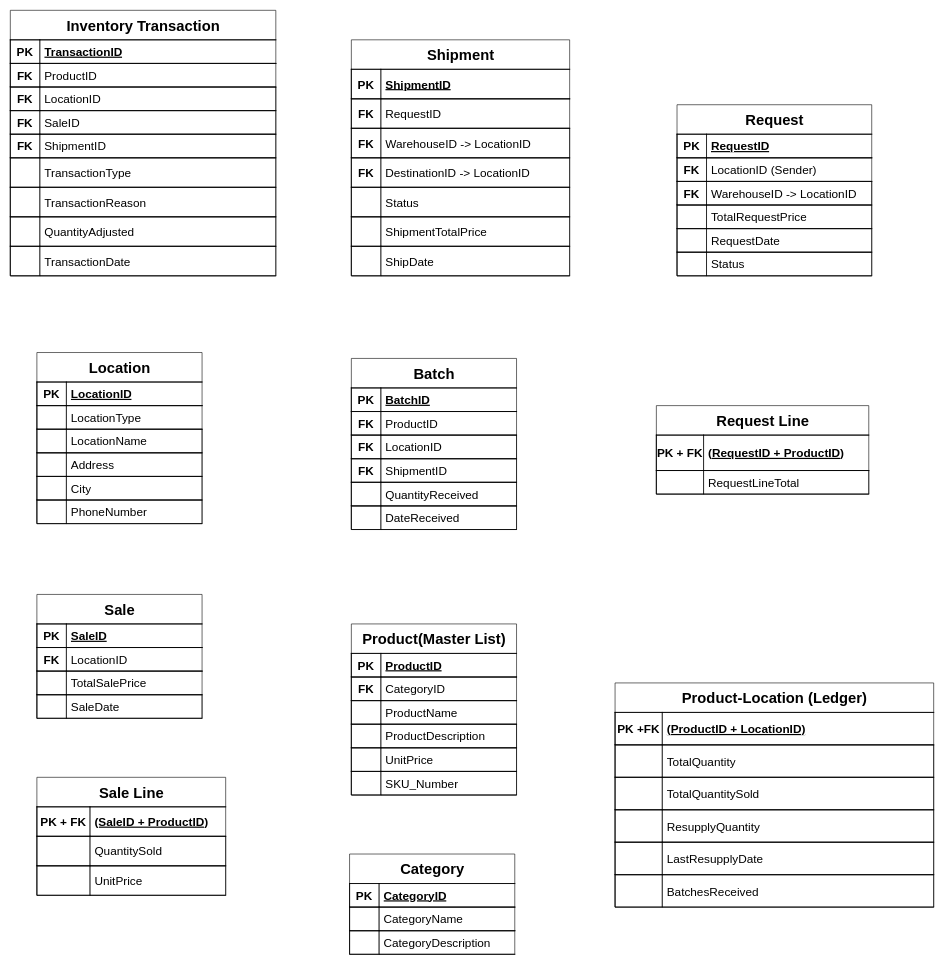
Before: GroceryERD.drawio in popados/01_diagrams, a draw.io diagram. Source tidied: cells renumbered, new cells numbered last; positions are measured from the earlier drawing's top-left corner, leaving out a move shared by most shapes. Both pictures are drawn from the tidied source at 59%, with x=0, y=0 at pixel (10, 10).
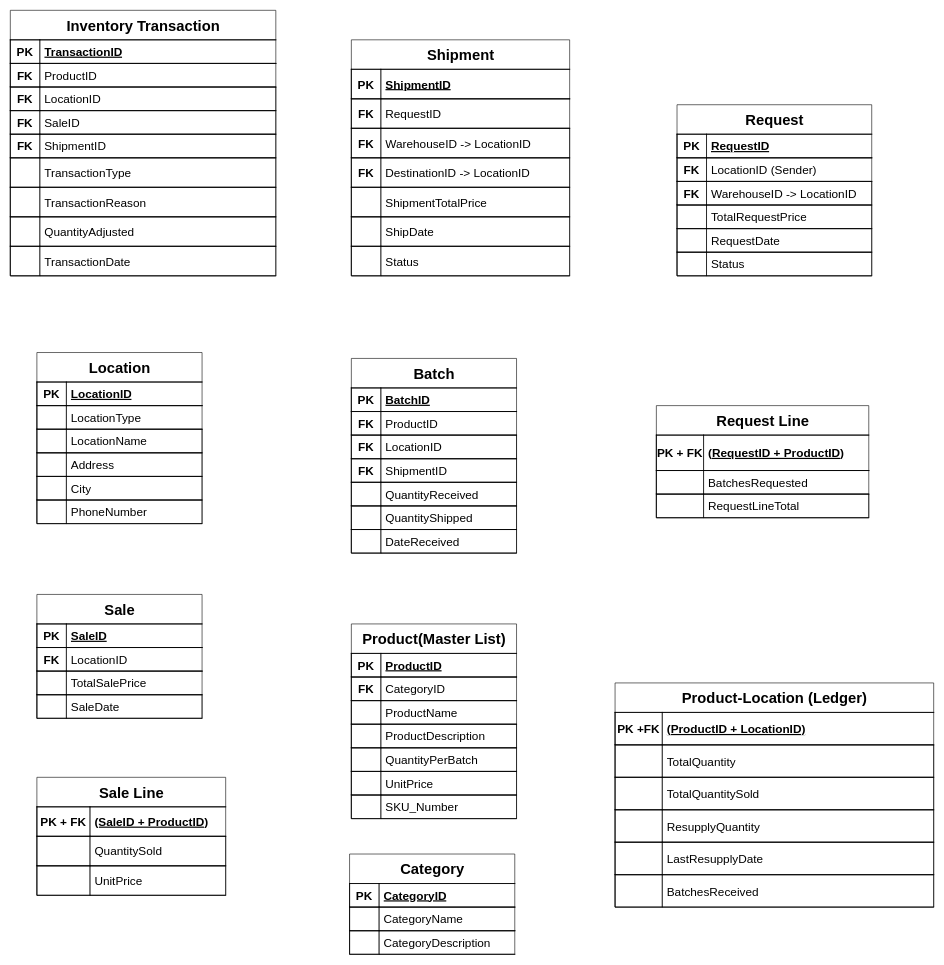
The same diagram, later.

Commit message:
tables corrected

Unchanged cells that the change refers to:
```xml
<mxCell id="95" value="Shipment" style="shape=table;startSize=50;childLayout=tableLayout;rowLines=0;fontStyle=1;align=center;html=1;right=1;left=1;bottom=1;top=1;resizeLastRow=1;fontSize=25;" parent="1" vertex="1">
  <mxGeometry x="578" y="50" width="370" height="400" as="geometry" />
</mxCell>
```

Change to the diagram source:
```diff
@@
     <mxCell id="31" value="Product(Master List)" style="shape=table;startSize=50;childLayout=tableLayout;rowLines=0;fontStyle=1;align=center;html=1;right=1;left=1;bottom=1;top=1;resizeLastRow=1;fontSize=25;" parent="1" vertex="1">
-      <mxGeometry x="578" y="1040" width="280" height="290" as="geometry" />
+      <mxGeometry x="578" y="1040" width="280" height="330" as="geometry" />
     </mxCell>
@@
+    <mxCell id="187" style="shape=tableRow;horizontal=0;startSize=0;swimlaneHead=0;swimlaneBody=0;fillColor=none;top=1;left=1;right=0;bottom=1;" parent="31" vertex="1">
+      <mxGeometry y="210" width="280" height="40" as="geometry" />
+    </mxCell>
+    <mxCell id="188" style="shape=partialRectangle;fillColor=none;top=1;left=1;bottom=1;right=0;overflow=hidden;whiteSpace=wrap;html=1;fontSize=20;" parent="187" vertex="1">
+      <mxGeometry width="50" height="40" as="geometry" />
+    </mxCell>
+    <mxCell id="189" value="QuantityPerBatch" style="shape=partialRectangle;fillColor=none;top=1;left=1;bottom=1;right=1;align=left;spacingLeft=6;overflow=hidden;whiteSpace=wrap;html=1;fontSize=20;" parent="187" vertex="1">
+      <mxGeometry x="50" width="230" height="40" as="geometry" />
+    </mxCell>
     <mxCell id="44" style="shape=tableRow;horizontal=0;startSize=0;swimlaneHead=0;swimlaneBody=0;fillColor=none;top=1;left=1;right=0;bottom=1;" parent="31" vertex="1">
-      <mxGeometry y="210" width="280" height="40" as="geometry" />
+      <mxGeometry y="250" width="280" height="40" as="geometry" />
     </mxCell>
@@
     <mxCell id="47" style="shape=tableRow;horizontal=0;startSize=0;swimlaneHead=0;swimlaneBody=0;fillColor=none;top=1;left=1;right=0;bottom=1;" parent="31" vertex="1">
-      <mxGeometry y="250" width="280" height="40" as="geometry" />
+      <mxGeometry y="290" width="280" height="40" as="geometry" />
     </mxCell>
@@
     <mxCell id="88" value="Request Line" style="shape=table;startSize=50;childLayout=tableLayout;rowLines=0;fontStyle=1;align=center;html=1;right=1;left=1;bottom=1;top=1;resizeLastRow=1;fontSize=25;" parent="1" vertex="1">
-      <mxGeometry x="1095" y="670" width="360" height="150" as="geometry" />
+      <mxGeometry x="1095" y="670" width="360" height="190" as="geometry" />
     </mxCell>
@@
+    <mxCell id="190" style="shape=tableRow;horizontal=0;startSize=0;swimlaneHead=0;swimlaneBody=0;fillColor=none;top=1;left=1;right=0;bottom=1;" parent="88" vertex="1">
+      <mxGeometry y="110" width="360" height="40" as="geometry" />
+    </mxCell>
+    <mxCell id="191" style="shape=partialRectangle;fillColor=none;top=1;left=1;bottom=1;right=0;fontStyle=1;overflow=hidden;whiteSpace=wrap;html=1;fontSize=20;" parent="190" vertex="1">
+      <mxGeometry width="80" height="40" as="geometry" />
+    </mxCell>
+    <mxCell id="192" value="BatchesRequested" style="shape=partialRectangle;fillColor=none;top=1;left=1;bottom=1;right=0;align=left;spacingLeft=6;fontStyle=0;overflow=hidden;whiteSpace=wrap;html=1;fontSize=20;" parent="190" vertex="1">
+      <mxGeometry x="80" width="280" height="40" as="geometry" />
+    </mxCell>
     <mxCell id="92" style="shape=tableRow;horizontal=0;startSize=0;swimlaneHead=0;swimlaneBody=0;fillColor=none;top=1;left=1;right=0;bottom=1;" parent="88" vertex="1">
-      <mxGeometry y="110" width="360" height="40" as="geometry" />
+      <mxGeometry y="150" width="360" height="40" as="geometry" />
     </mxCell>
@@
-    <mxCell id="108" style="shape=tableRow;horizontal=0;startSize=0;swimlaneHead=0;swimlaneBody=0;fillColor=none;top=1;left=1;right=0;bottom=1;" parent="95" vertex="1">
-      <mxGeometry y="250" width="370" height="50" as="geometry" />
-    </mxCell>
-    <mxCell id="109" style="shape=partialRectangle;fillColor=none;top=1;left=1;bottom=1;right=0;overflow=hidden;whiteSpace=wrap;html=1;fontSize=20;" parent="108" vertex="1">
-      <mxGeometry width="50" height="50" as="geometry" />
-    </mxCell>
-    <mxCell id="110" value="Status" style="shape=partialRectangle;fillColor=none;top=1;left=1;bottom=1;right=1;align=left;spacingLeft=6;overflow=hidden;whiteSpace=wrap;html=1;fontSize=20;" parent="108" vertex="1">
-      <mxGeometry x="50" width="320" height="50" as="geometry" />
-    </mxCell>
     <mxCell id="111" style="shape=tableRow;horizontal=0;startSize=0;swimlaneHead=0;swimlaneBody=0;fillColor=none;top=1;left=1;right=0;bottom=1;" parent="95" vertex="1">
-      <mxGeometry y="300" width="370" height="50" as="geometry" />
+      <mxGeometry y="250" width="370" height="50" as="geometry" />
     </mxCell>
@@
     <mxCell id="114" style="shape=tableRow;horizontal=0;startSize=0;swimlaneHead=0;swimlaneBody=0;fillColor=none;top=1;left=1;right=0;bottom=1;" parent="95" vertex="1">
-      <mxGeometry y="350" width="370" height="50" as="geometry" />
+      <mxGeometry y="300" width="370" height="50" as="geometry" />
     </mxCell>
@@
+    <mxCell id="193" style="shape=tableRow;horizontal=0;startSize=0;swimlaneHead=0;swimlaneBody=0;fillColor=none;top=1;left=1;right=0;bottom=1;" parent="95" vertex="1">
+      <mxGeometry y="350" width="370" height="50" as="geometry" />
+    </mxCell>
+    <mxCell id="109" style="shape=partialRectangle;fillColor=none;top=1;left=1;bottom=1;right=0;overflow=hidden;whiteSpace=wrap;html=1;fontSize=20;" parent="193" vertex="1">
+      <mxGeometry width="50" height="50" as="geometry" />
+    </mxCell>
+    <mxCell id="110" value="Status" style="shape=partialRectangle;fillColor=none;top=1;left=1;bottom=1;right=1;align=left;spacingLeft=6;overflow=hidden;whiteSpace=wrap;html=1;fontSize=20;" parent="193" vertex="1">
+      <mxGeometry x="50" width="320" height="50" as="geometry" />
+    </mxCell>
     <mxCell id="117" value="Batch" style="shape=table;startSize=50;childLayout=tableLayout;rowLines=0;fontStyle=1;align=center;html=1;right=1;left=1;bottom=1;top=1;resizeLastRow=1;fontSize=25;" parent="1" vertex="1">
-      <mxGeometry x="578" y="590" width="280" height="290" as="geometry" />
+      <mxGeometry x="578" y="590" width="280" height="330" as="geometry" />
     </mxCell>
@@
+    <mxCell id="194" style="shape=tableRow;horizontal=0;startSize=0;swimlaneHead=0;swimlaneBody=0;fillColor=none;top=1;left=1;right=0;bottom=1;" parent="117" vertex="1">
+      <mxGeometry y="210" width="280" height="40" as="geometry" />
+    </mxCell>
+    <mxCell id="195" style="shape=partialRectangle;fillColor=none;top=1;left=1;bottom=1;right=0;overflow=hidden;whiteSpace=wrap;html=1;fontSize=20;fontStyle=1;" parent="194" vertex="1">
+      <mxGeometry width="50" height="40" as="geometry" />
+    </mxCell>
+    <mxCell id="196" value="QuantityReceived" style="shape=partialRectangle;fillColor=none;top=1;left=1;bottom=1;right=1;align=left;spacingLeft=6;overflow=hidden;whiteSpace=wrap;html=1;fontSize=20;" parent="194" vertex="1">
+      <mxGeometry x="50" width="230" height="40" as="geometry" />
+    </mxCell>
     <mxCell id="130" style="shape=tableRow;horizontal=0;startSize=0;swimlaneHead=0;swimlaneBody=0;fillColor=none;top=1;left=1;right=0;bottom=1;" parent="117" vertex="1">
-      <mxGeometry y="210" width="280" height="40" as="geometry" />
+      <mxGeometry y="250" width="280" height="40" as="geometry" />
     </mxCell>
@@
-    <mxCell id="132" value="QuantityReceived" style="shape=partialRectangle;fillColor=none;top=1;left=1;bottom=1;right=1;align=left;spacingLeft=6;overflow=hidden;whiteSpace=wrap;html=1;fontSize=20;" parent="130" vertex="1">
+    <mxCell id="132" value="QuantityShipped" style="shape=partialRectangle;fillColor=none;top=1;left=1;bottom=1;right=1;align=left;spacingLeft=6;overflow=hidden;whiteSpace=wrap;html=1;fontSize=20;" parent="130" vertex="1">
       <mxGeometry x="50" width="230" height="40" as="geometry" />
     </mxCell>
     <mxCell id="133" style="shape=tableRow;horizontal=0;startSize=0;swimlaneHead=0;swimlaneBody=0;fillColor=none;top=1;left=1;right=0;bottom=1;" parent="117" vertex="1">
-      <mxGeometry y="250" width="280" height="40" as="geometry" />
+      <mxGeometry y="290" width="280" height="40" as="geometry" />
     </mxCell>
```
